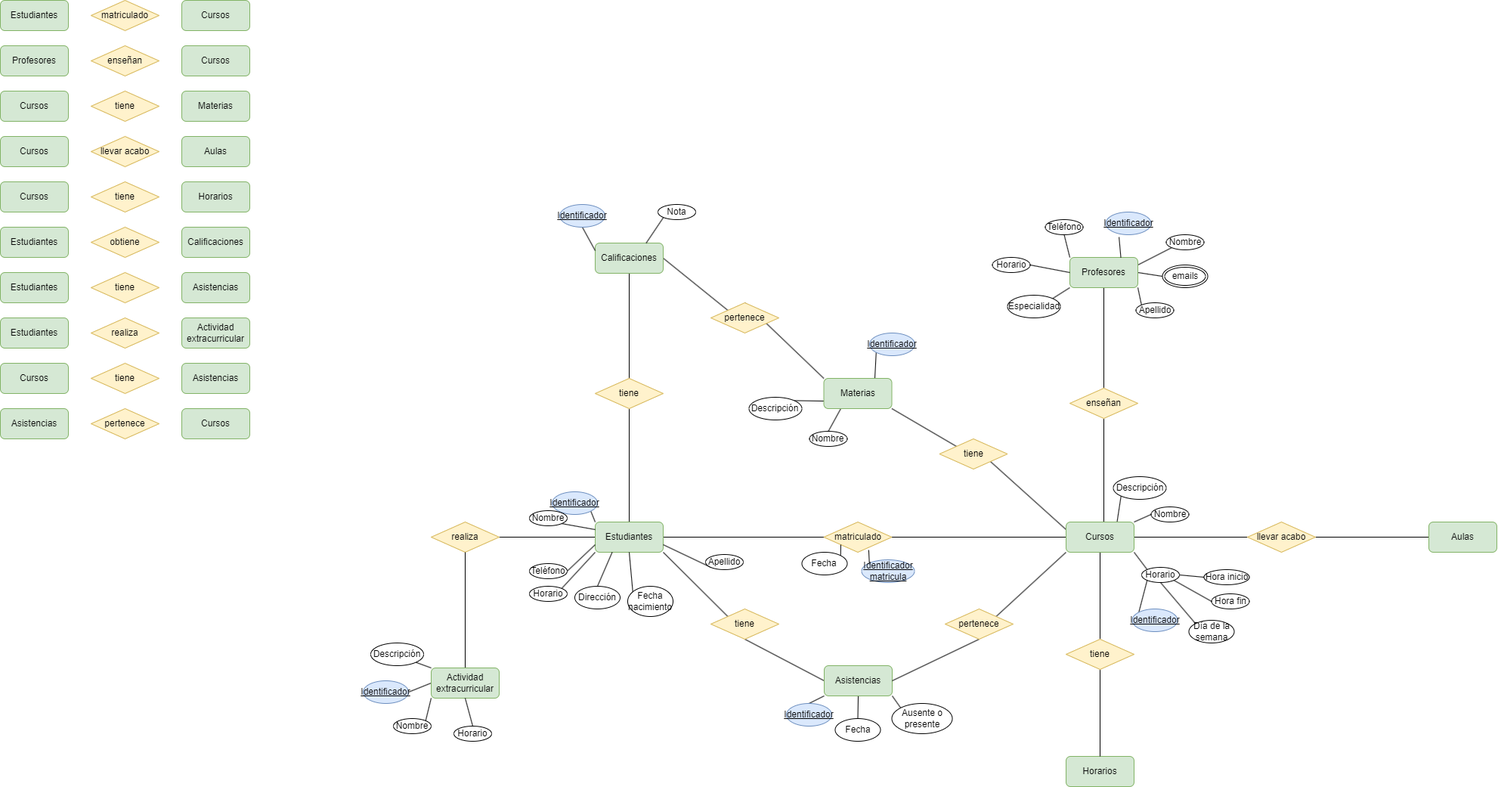
Earlier version of the draw.io export Unidad-1/Tareas/Tareas-evaluables/Tarea-evaluable-1/Ejercicio-evaluable-1.drawio.png (LuisMGlez/base-datos). Source tidied: cells renumbered, new cells last; positions are measured from the earlier drawing's top-left corner, leaving out a move shared by most shapes.
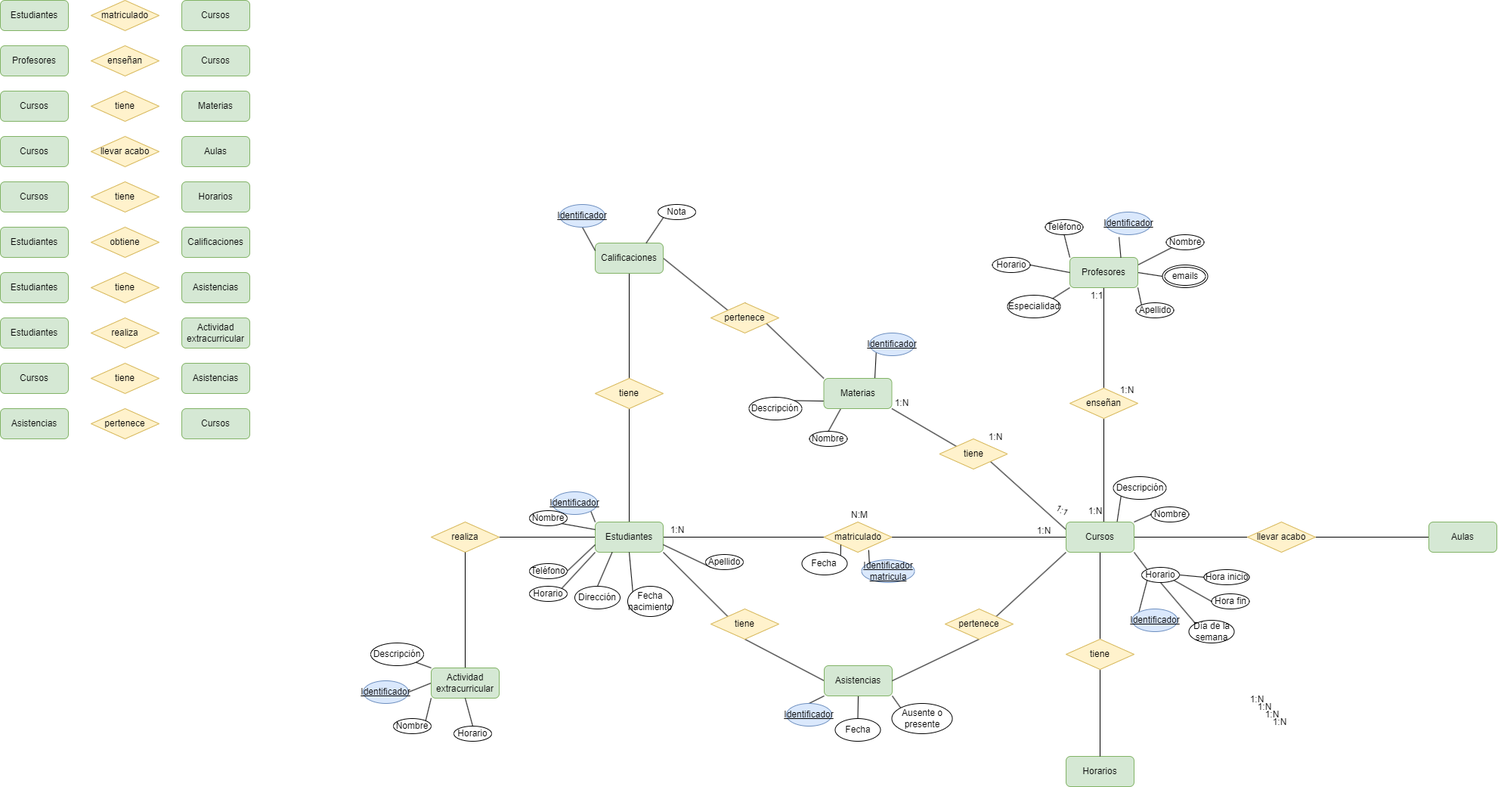
The same file after the commit.

The edit, as a diff of the source:
```diff
@@ -421,5 +421,44 @@
     <mxCell id="140" value="Fecha" style="ellipse;whiteSpace=wrap;html=1;" parent="1" vertex="1">
       <mxGeometry x="1104.5" y="950" width="60" height="30" as="geometry" />
     </mxCell>
+    <mxCell id="141" value="1:N" style="text;strokeColor=none;align=center;fillColor=none;html=1;verticalAlign=middle;whiteSpace=wrap;rounded=0;" parent="1" vertex="1">
+      <mxGeometry x="1632.5" y="910" width="60" height="30" as="geometry" />
+    </mxCell>
+    <mxCell id="142" value="1:N" style="text;strokeColor=none;align=center;fillColor=none;html=1;verticalAlign=middle;whiteSpace=wrap;rounded=0;" parent="1" vertex="1">
+      <mxGeometry x="1642.5" y="920" width="60" height="30" as="geometry" />
+    </mxCell>
+    <mxCell id="143" value="1:N" style="text;strokeColor=none;align=center;fillColor=none;html=1;verticalAlign=middle;whiteSpace=wrap;rounded=0;" parent="1" vertex="1">
+      <mxGeometry x="1461" y="501" width="60" height="30" as="geometry" />
+    </mxCell>
+    <mxCell id="144" value="1:1" style="text;strokeColor=none;align=center;fillColor=none;html=1;verticalAlign=middle;whiteSpace=wrap;rounded=0;" parent="1" vertex="1">
+      <mxGeometry x="1421" y="376" width="60" height="30" as="geometry" />
+    </mxCell>
+    <mxCell id="145" value="1:N" style="text;strokeColor=none;align=center;fillColor=none;html=1;verticalAlign=middle;whiteSpace=wrap;rounded=0;" parent="1" vertex="1">
+      <mxGeometry x="1419" y="661" width="60" height="30" as="geometry" />
+    </mxCell>
+    <mxCell id="146" value="N:M" style="text;strokeColor=none;align=center;fillColor=none;html=1;verticalAlign=middle;whiteSpace=wrap;rounded=0;" parent="1" vertex="1">
+      <mxGeometry x="1107" y="666" width="60" height="30" as="geometry" />
+    </mxCell>
+    <mxCell id="147" value="1:N" style="text;strokeColor=none;align=center;fillColor=none;html=1;verticalAlign=middle;whiteSpace=wrap;rounded=0;" parent="1" vertex="1">
+      <mxGeometry x="866" y="686" width="60" height="30" as="geometry" />
+    </mxCell>
+    <mxCell id="148" value="1:N" style="text;strokeColor=none;align=center;fillColor=none;html=1;verticalAlign=middle;whiteSpace=wrap;rounded=0;" parent="1" vertex="1">
+      <mxGeometry x="1351" y="687" width="60" height="30" as="geometry" />
+    </mxCell>
+    <mxCell id="149" value="1:N" style="text;strokeColor=none;align=center;fillColor=none;html=1;verticalAlign=middle;whiteSpace=wrap;rounded=0;" parent="1" vertex="1">
+      <mxGeometry x="1652.5" y="930" width="60" height="30" as="geometry" />
+    </mxCell>
+    <mxCell id="150" value="1:N" style="text;strokeColor=none;align=center;fillColor=none;html=1;verticalAlign=middle;whiteSpace=wrap;rounded=0;" parent="1" vertex="1">
+      <mxGeometry x="1662.5" y="940" width="60" height="30" as="geometry" />
+    </mxCell>
+    <mxCell id="151" value="1:N" style="text;strokeColor=none;align=center;fillColor=none;html=1;verticalAlign=middle;whiteSpace=wrap;rounded=0;" parent="1" vertex="1">
+      <mxGeometry x="1287" y="563" width="60" height="30" as="geometry" />
+    </mxCell>
+    <mxCell id="152" value="1:1" style="text;strokeColor=none;align=center;fillColor=none;html=1;verticalAlign=middle;whiteSpace=wrap;rounded=0;rotation=30;" parent="1" vertex="1">
+      <mxGeometry x="1375" y="660" width="60" height="30" as="geometry" />
+    </mxCell>
+    <mxCell id="153" value="1:N" style="text;strokeColor=none;align=center;fillColor=none;html=1;verticalAlign=middle;whiteSpace=wrap;rounded=0;" parent="1" vertex="1">
+      <mxGeometry x="1163" y="518" width="60" height="30" as="geometry" />
+    </mxCell>
   </root>
 </mxGraphModel>
```
